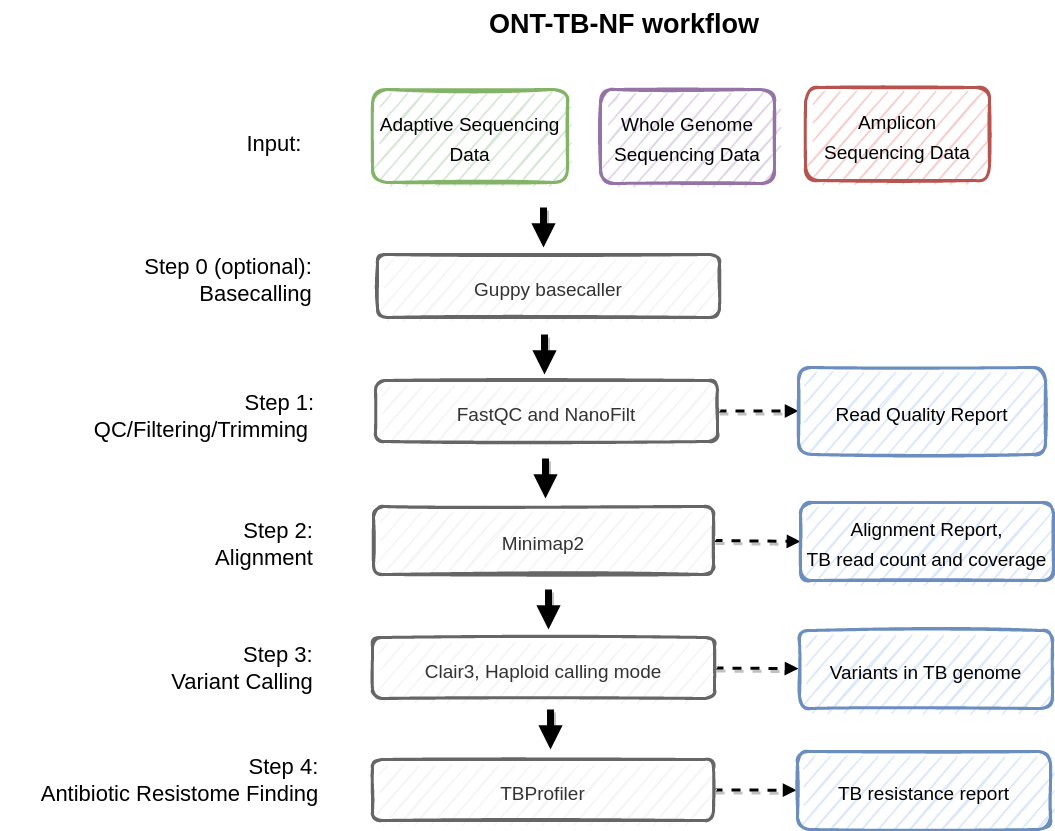
Earlier version of the draw.io export figures/wf.png (HKU-BAL/ONT-TB-NF). Source tidied: cells renumbered, new cells last; positions are measured from the earlier drawing's top-left corner, leaving out a move shared by most shapes.
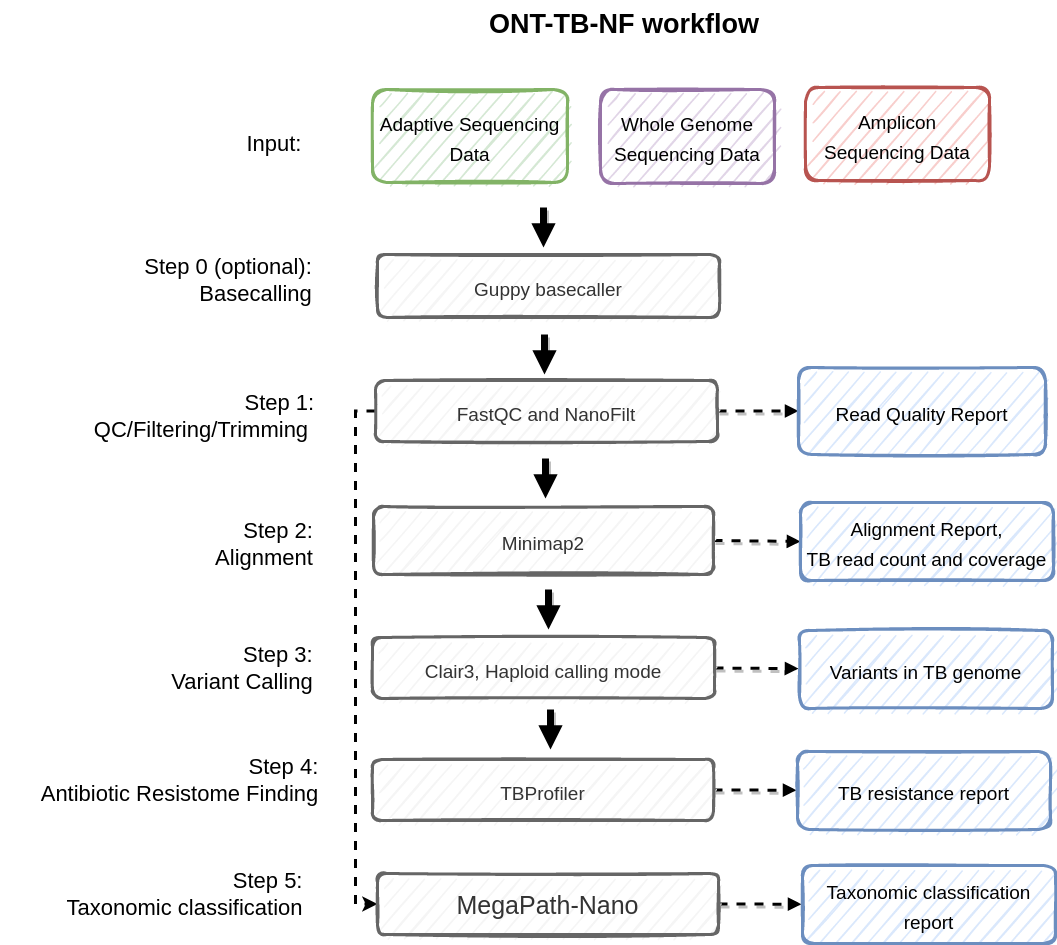
Above is the later version.

Diff of the diagram source:
```diff
@@ -35,6 +35,9 @@
     <mxCell id="11" style="edgeStyle=none;rounded=0;jettySize=auto;html=1;exitX=1;exitY=0.5;exitDx=0;exitDy=0;entryX=0;entryY=0.5;entryDx=0;entryDy=0;shadow=1;strokeColor=default;strokeWidth=3;fontSize=20;endArrow=block;endFill=1;targetPerimeterSpacing=1;dashed=1;" parent="1" edge="1" source="12" target="26">
       <mxGeometry relative="1" as="geometry" />
     </mxCell>
+    <mxCell id="30" style="edgeStyle=orthogonalEdgeStyle;rounded=0;jettySize=auto;html=1;exitX=0;exitY=0.5;exitDx=0;exitDy=0;entryX=0;entryY=0.5;entryDx=0;entryDy=0;strokeWidth=3;dashed=1;" parent="1" edge="1" source="12" target="33">
+      <mxGeometry relative="1" as="geometry" />
+    </mxCell>
     <mxCell id="12" value="&lt;span style=&quot;font-size: 19px;&quot;&gt;FastQC and NanoFilt&lt;/span&gt;" style="rounded=1;whiteSpace=wrap;html=1;fontSize=25;fillColor=#f5f5f5;strokeColor=#666666;strokeWidth=3;fontColor=#333333;sketch=1;" parent="1" vertex="1">
       <mxGeometry x="375" y="380" width="342" height="61" as="geometry" />
     </mxCell>
@@ -101,5 +104,17 @@
     <mxCell id="29" value="&lt;span style=&quot;font-size: 19px;&quot;&gt;TB resistance report&lt;br&gt;&lt;/span&gt;" style="rounded=1;whiteSpace=wrap;html=1;fontSize=25;fillColor=#dae8fc;strokeColor=#6c8ebf;strokeWidth=3;sketch=1;" parent="1" vertex="1">
       <mxGeometry x="797" y="751" width="253" height="78" as="geometry" />
     </mxCell>
+    <mxCell id="31" value="&lt;div style=&quot;text-align: right;&quot;&gt;&lt;span style=&quot;font-size: 22px; background-color: initial;&quot;&gt;Step 5:&lt;/span&gt;&lt;/div&gt;&lt;font style=&quot;font-size: 22px;&quot;&gt;&lt;div style=&quot;text-align: right;&quot;&gt;Taxonomic classification&lt;/div&gt;&lt;/font&gt;" style="text;html=1;strokeColor=none;fillColor=none;align=center;verticalAlign=middle;whiteSpace=wrap;rounded=0;fontSize=17;" parent="1" vertex="1">
+      <mxGeometry x="5" y="872" width="359" height="43" as="geometry" />
+    </mxCell>
+    <mxCell id="32" style="edgeStyle=none;rounded=0;jettySize=auto;html=1;exitX=1;exitY=0.5;exitDx=0;exitDy=0;shadow=1;dashed=1;strokeColor=default;strokeWidth=3;fontSize=20;endArrow=block;endFill=1;targetPerimeterSpacing=1;" parent="1" edge="1" source="33" target="34">
+      <mxGeometry relative="1" as="geometry" />
+    </mxCell>
+    <mxCell id="33" value="MegaPath-Nano" style="rounded=1;whiteSpace=wrap;html=1;fontSize=25;fillColor=#f5f5f5;strokeColor=#666666;strokeWidth=3;fontColor=#333333;sketch=1;" parent="1" vertex="1">
+      <mxGeometry x="377" y="873" width="341" height="61" as="geometry" />
+    </mxCell>
+    <mxCell id="34" value="&lt;span style=&quot;font-size: 19px;&quot;&gt;Taxonomic classification&lt;br&gt;report&lt;/span&gt;" style="rounded=1;whiteSpace=wrap;html=1;fontSize=25;fillColor=#dae8fc;strokeColor=#6c8ebf;strokeWidth=3;sketch=1;" parent="1" vertex="1">
+      <mxGeometry x="802" y="865" width="253" height="78" as="geometry" />
+    </mxCell>
   </root>
 </mxGraphModel>
```
